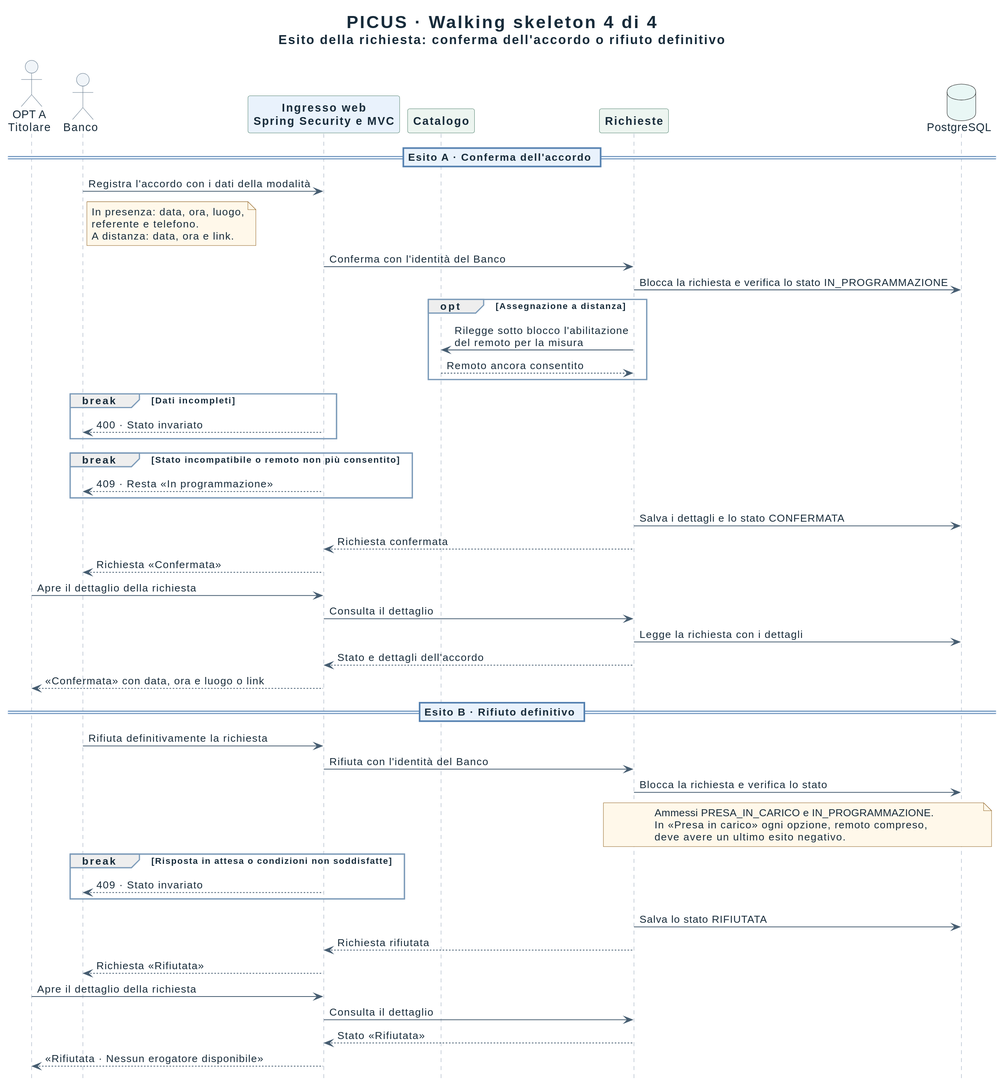
The PlantUML diagram docs/architecture/diagrams/PICUS-Walking-Skeleton-4-Esito.svg in Pinguini-alla-Fragola/Progetto-SAD, before a commit.
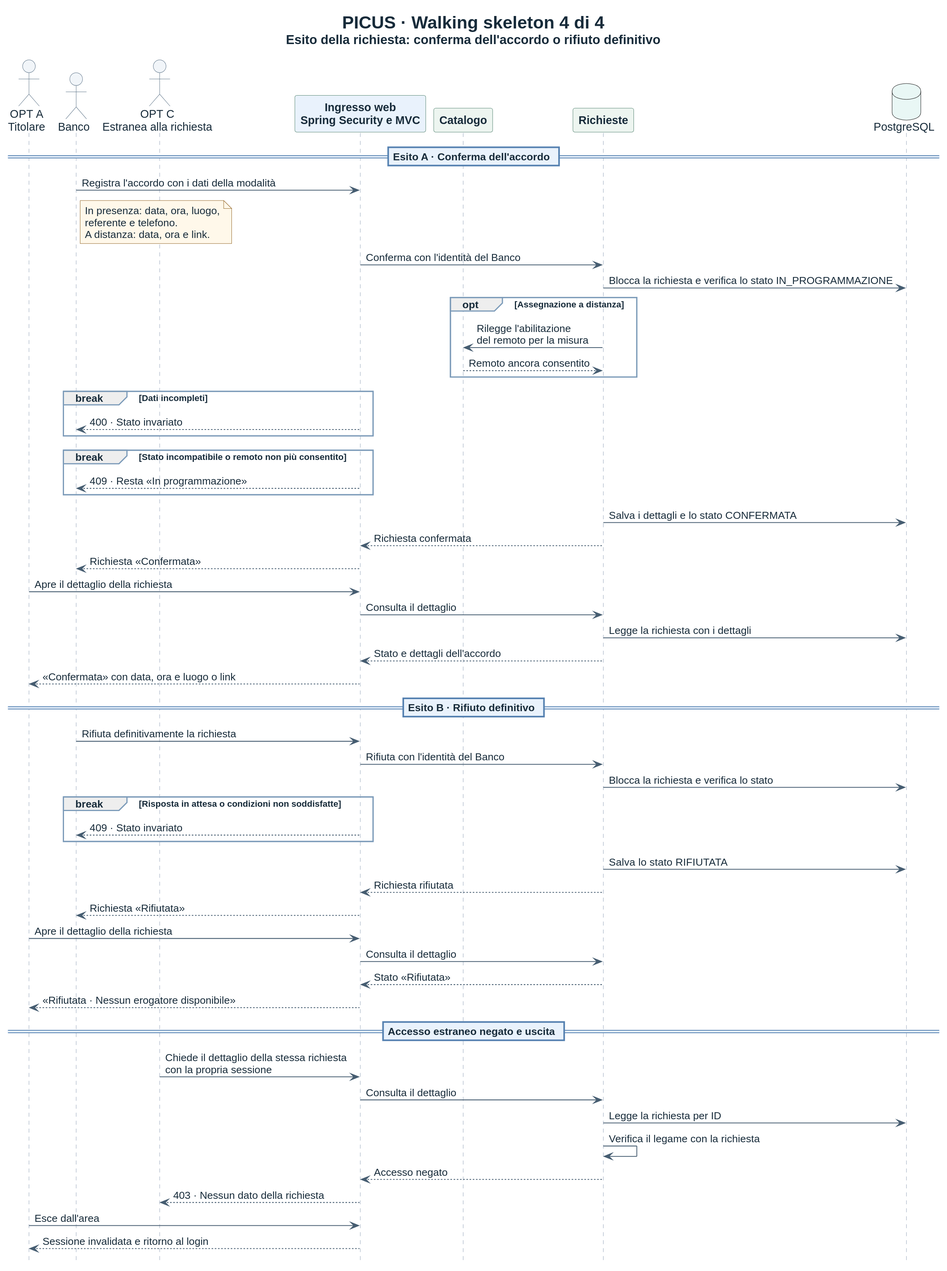
After the change.

Commit message:
docs(architecture): semplifica i diagrammi del walking skeleton

Diff of the diagram source:
```diff
@@ -5,6 +5,7 @@
 
 actor "OPT A\nTitolare" as Opt
 actor "Banco" as Banco
+actor "OPT C\nEstranea alla richiesta" as Estranea
 participant "Ingresso web\nSpring Security e MVC" as Web #E9F2FC
 participant "Catalogo" as Catalogo
 participant "Richieste" as Richieste
@@ -20,7 +21,7 @@
 Web -> Richieste: Conferma con l'identità del Banco
 Richieste -> Db: Blocca la richiesta e verifica lo stato IN_PROGRAMMAZIONE
 opt Assegnazione a distanza
-  Richieste -> Catalogo: Rilegge sotto blocco l'abilitazione\ndel remoto per la misura
+  Richieste -> Catalogo: Rilegge l'abilitazione\ndel remoto per la misura
   Catalogo --> Richieste: Remoto ancora consentito
 end
 break Dati incompleti
@@ -42,11 +43,6 @@
 Banco -> Web: Rifiuta definitivamente la richiesta
 Web -> Richieste: Rifiuta con l'identità del Banco
 Richieste -> Db: Blocca la richiesta e verifica lo stato
-note over Richieste, Db
-  Ammessi PRESA_IN_CARICO e IN_PROGRAMMAZIONE.
-  In «Presa in carico» ogni opzione, remoto compreso,
-  deve avere un ultimo esito negativo.
-end note
 break Risposta in attesa o condizioni non soddisfatte
   Web --> Banco: 409 · Stato invariato
 end
@@ -57,4 +53,14 @@
 Web -> Richieste: Consulta il dettaglio
 Richieste --> Web: Stato «Rifiutata»
 Web --> Opt: «Rifiutata · Nessun erogatore disponibile»
+
+== Accesso estraneo negato e uscita ==
+Estranea -> Web: Chiede il dettaglio della stessa richiesta\ncon la propria sessione
+Web -> Richieste: Consulta il dettaglio
+Richieste -> Db: Legge la richiesta per ID
+Richieste -> Richieste: Verifica il legame con la richiesta
+Richieste --> Web: Accesso negato
+Web --> Estranea: 403 · Nessun dato della richiesta
+Opt -> Web: Esce dall'area
+Web --> Opt: Sessione invalidata e ritorno al login
 @enduml
```
